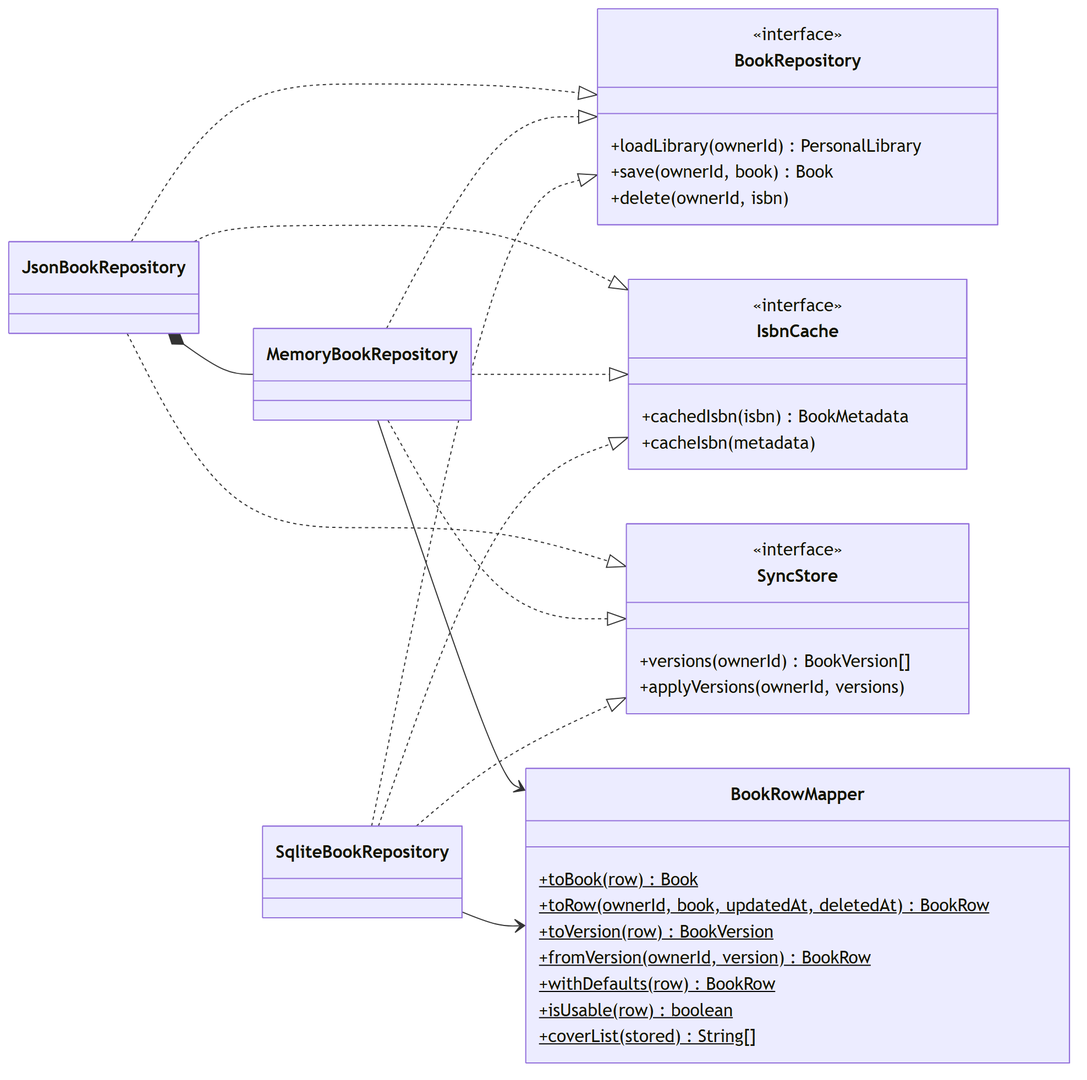
The Mermaid diagram docs/design/figures/iface-data.png in ghechavarria/cen5064-project-hechavarria, before a commit. Its source is kept beside it as docs/design/diagrams/iface-data.mmd. The source it was exported from:
```mermaid
classDiagram
    direction LR
    class BookRepository {
        <<interface>>
        +loadLibrary(ownerId) PersonalLibrary
        +save(ownerId, book) Book
        +delete(ownerId, isbn)
    }
    class IsbnCache {
        <<interface>>
        +cachedIsbn(isbn) BookMetadata
        +cacheIsbn(metadata)
    }
    class SyncStore {
        <<interface>>
        +versions(ownerId) BookVersion[]
        +applyVersions(ownerId, versions)
    }
    class BookRowMapper {
        +toBook(row)$ Book
        +toRow(ownerId, book, updatedAt, deletedAt)$ BookRow
        +toVersion(row)$ BookVersion
        +fromVersion(ownerId, version)$ BookRow
        +withDefaults(row)$ BookRow
        +isUsable(row)$ boolean
        +coverList(stored)$ String[]
    }
    SqliteBookRepository ..|> BookRepository
    MemoryBookRepository ..|> BookRepository
    JsonBookRepository ..|> BookRepository
    SqliteBookRepository ..|> IsbnCache
    MemoryBookRepository ..|> IsbnCache
    JsonBookRepository ..|> IsbnCache
    SqliteBookRepository ..|> SyncStore
    MemoryBookRepository ..|> SyncStore
    JsonBookRepository ..|> SyncStore
    JsonBookRepository *-- MemoryBookRepository
    SqliteBookRepository --> BookRowMapper
    MemoryBookRepository --> BookRowMapper
```
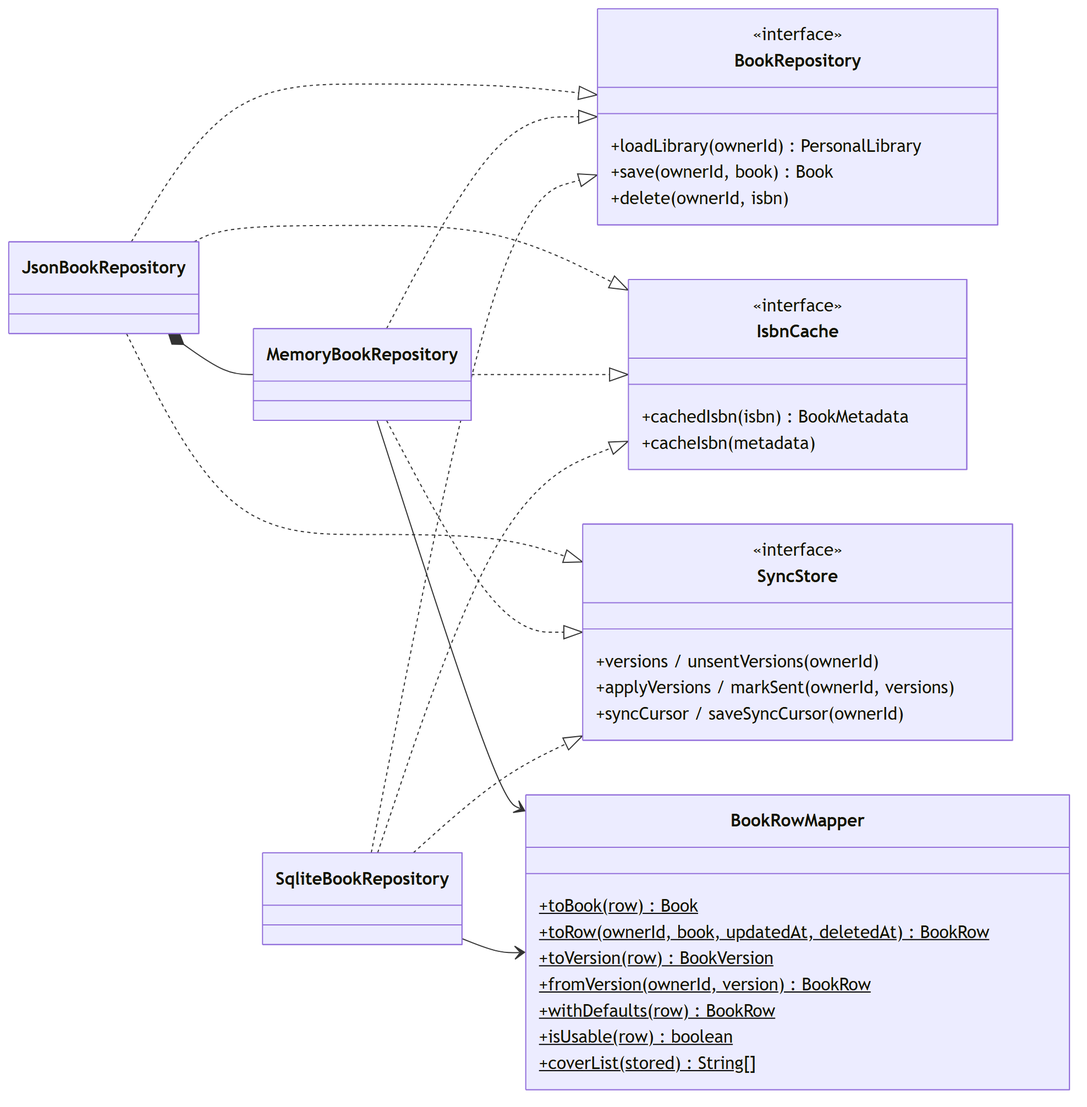
Later version of the same file.

Diff of the diagram source:
```diff
@@ -13,8 +13,9 @@
     }
     class SyncStore {
         <<interface>>
-        +versions(ownerId) BookVersion[]
-        +applyVersions(ownerId, versions)
+        +versions / unsentVersions(ownerId)
+        +applyVersions / markSent(ownerId, versions)
+        +syncCursor / saveSyncCursor(ownerId)
     }
     class BookRowMapper {
         +toBook(row)$ Book
```
